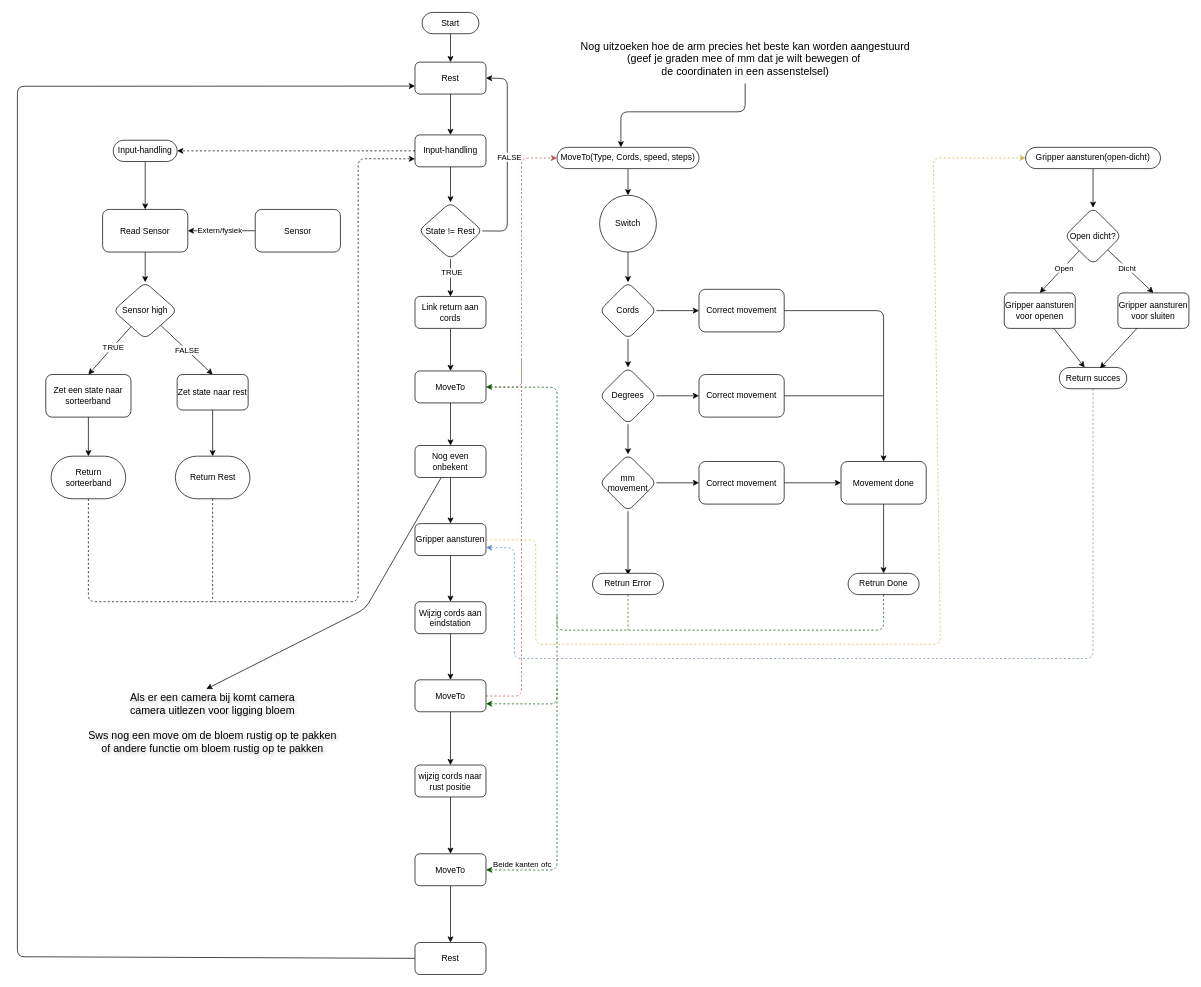
Above: documentatie/FlowCobot.drawio in Ivobr/Stage-4More (draw.io), before the change. Source tidied: cells renumbered, new cells numbered last; positions are measured from the earlier drawing's top-left corner, leaving out a move shared by most shapes. Both pictures are drawn from the tidied source at 71%, with x=0, y=0 at pixel (17, 12).
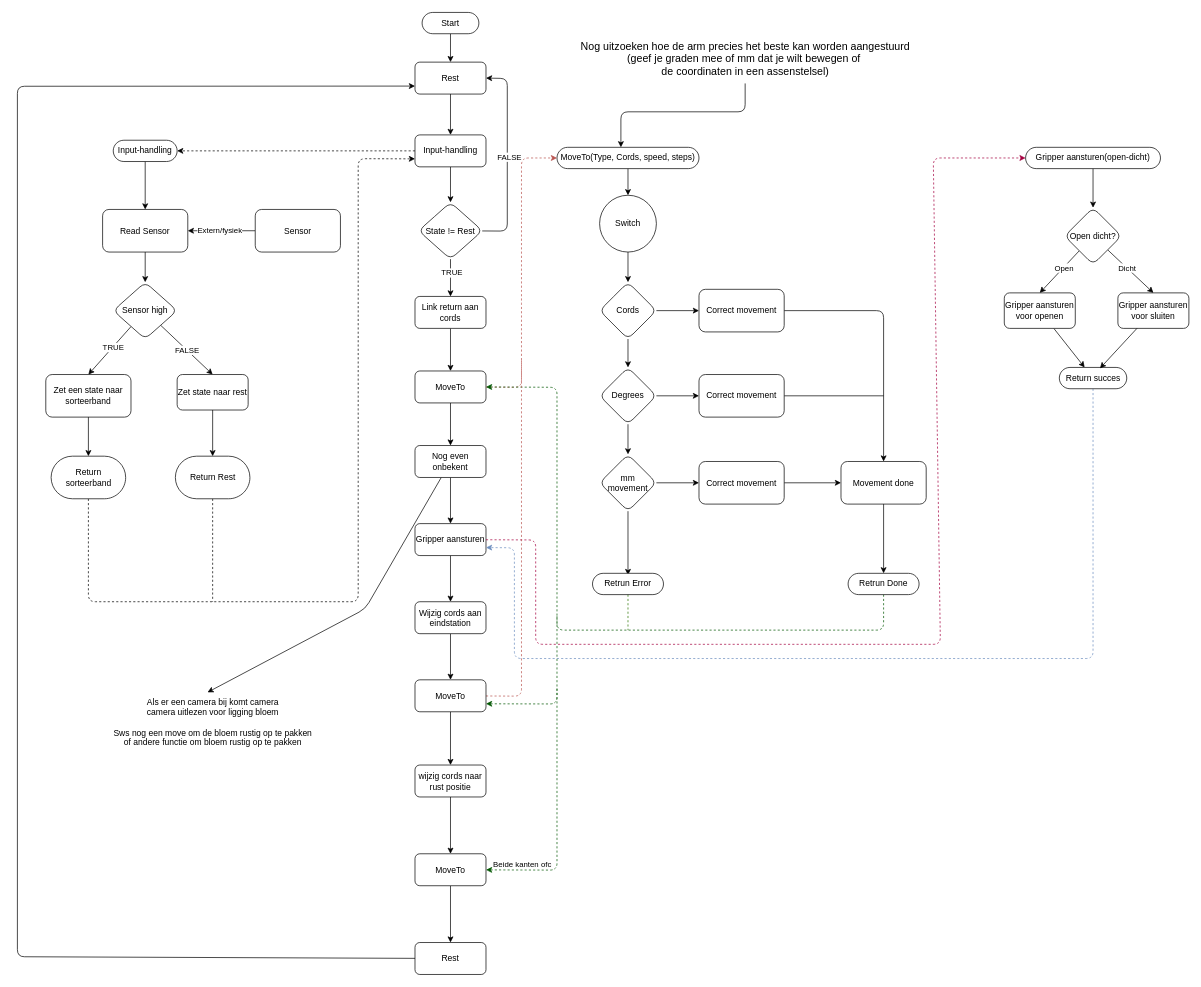
The same page after the edit.

The change refers to these unchanged cells:
```xml
<mxCell id="68" value="Gripper aansturen" style="whiteSpace=wrap;html=1;dashed=0;rounded=1;" parent="1" vertex="1">
  <mxGeometry x="560" y="720" width="100" height="45" as="geometry" />
</mxCell>
<mxCell id="70" value="Gripper aansturen(open-dicht)" style="html=1;dashed=0;whiteSpace=wrap;shape=mxgraph.dfd.start;rounded=1;" parent="1" vertex="1">
  <mxGeometry x="1420" y="190" width="190" height="30" as="geometry" />
</mxCell>
```

The edit, as a diff of the source:
```diff
@@
-    <mxCell id="82" style="edgeStyle=none;html=1;entryX=0;entryY=0.5;entryDx=0;entryDy=0;entryPerimeter=0;dashed=1;fillColor=#fff2cc;strokeColor=#d6b656;gradientColor=#ffd966;rounded=1;" parent="1" edge="1" source="68" target="70">
+    <mxCell id="82" style="edgeStyle=none;html=1;entryX=0;entryY=0.5;entryDx=0;entryDy=0;entryPerimeter=0;dashed=1;fillColor=#d80073;strokeColor=#A50040;rounded=1;" parent="1" edge="1" source="68" target="70">
       <mxGeometry relative="1" as="geometry">
         <Array as="points">
           <mxPoint x="730" y="743" />
           <mxPoint x="730" y="890" />
           <mxPoint x="1160" y="890" />
           <mxPoint x="1300" y="890" />
           <mxPoint x="1290" y="205" />
         </Array>
       </mxGeometry>
     </mxCell>
@@
-    <mxCell id="99" value="Als er een camera bij komt camera&#10;camera uitlezen voor ligging bloem&#10;&#10;Sws nog een move om de bloem rustig op te pakken&#10;of andere functie om bloem rustig op te pakken" style="text;align=center;verticalAlign=middle;points=[];strokeColor=none;fillColor=none;fontSize=15;labelBorderColor=none;textShadow=1;rounded=1;" parent="1" vertex="1">
-      <mxGeometry x="90" y="950" width="370" height="100" as="geometry" />
+    <mxCell id="99" value="Als er een camera bij komt camera&lt;br&gt;camera uitlezen voor ligging bloem&lt;br&gt;&lt;br&gt;Sws nog een move om de bloem rustig op te pakken&lt;br&gt;of andere functie om bloem rustig op te pakken" style="text;align=center;verticalAlign=middle;points=[];strokeColor=none;fillColor=none;fontSize=12;labelBorderColor=none;textShadow=0;rounded=1;html=1;horizontal=1;fontStyle=0;" parent="1" vertex="1">
+      <mxGeometry x="125" y="955" width="300" height="90" as="geometry" />
     </mxCell>
```
